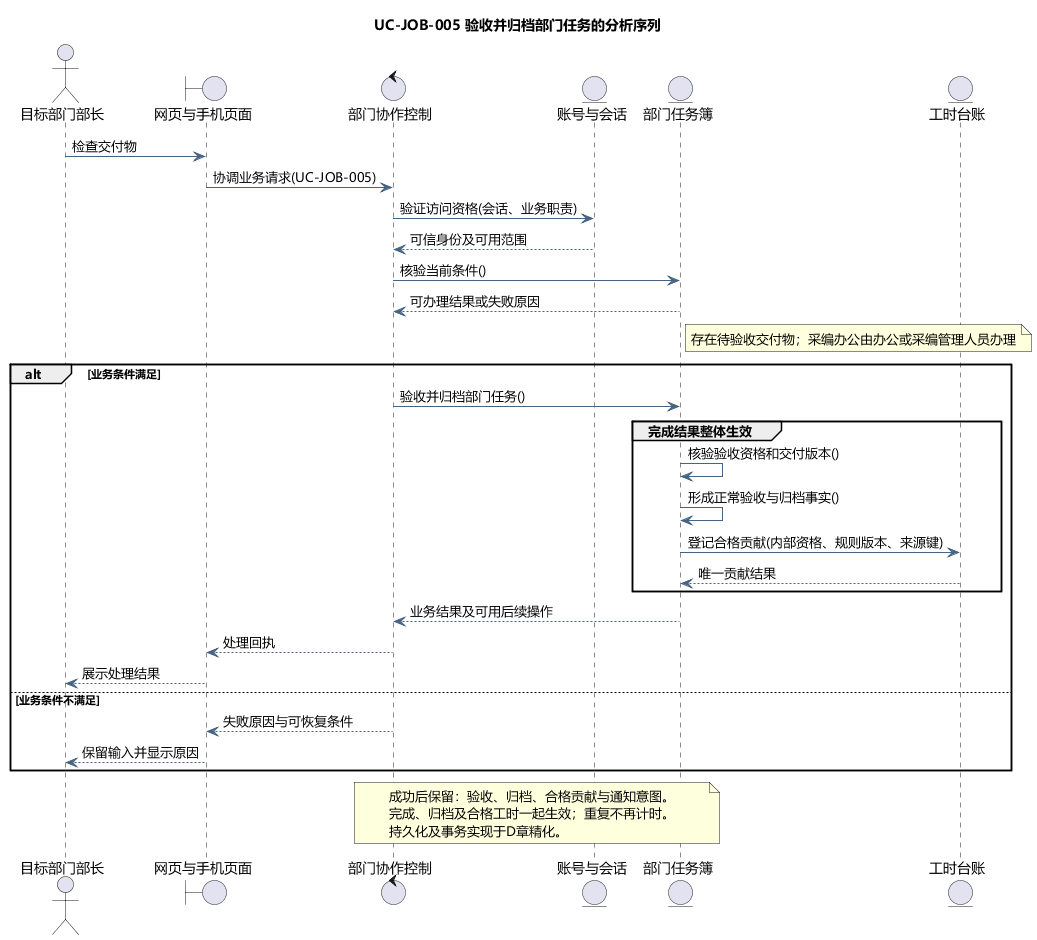
The PlantUML diagram docs/diagrams/analysis/seq-uc-job-005.png in tccc1csu/miniprogram-csu, before a commit.
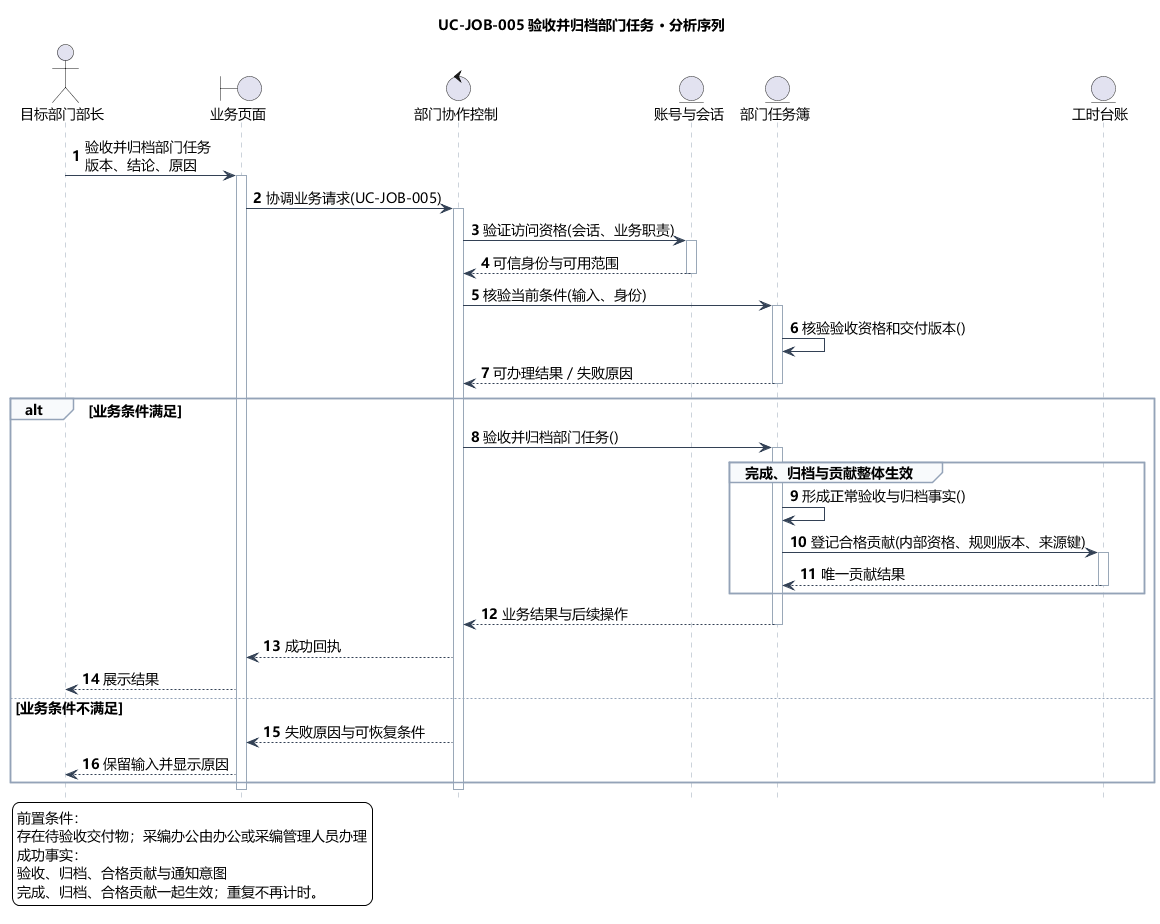
The same file after the commit.

What changed in the source:
```diff
@@ -5,41 +5,61 @@
 skinparam ArrowColor #466482
 skinparam classAttributeIconSize 0
 hide empty members
-title UC-JOB-005 验收并归档部门任务的分析序列
+skinparam defaultFontSize 14
+skinparam sequenceLifeLineBorderColor #9AA8B8
+skinparam sequenceArrowColor #334155
+skinparam sequenceGroupBorderColor #94A3B8
+skinparam sequenceGroupBackgroundColor #F8FAFC
+skinparam sequenceParticipantPadding 18
+skinparam maxMessageSize 240
+hide footbox
+autonumber
+title UC-JOB-005 验收并归档部门任务 · 分析序列
 actor "目标部门部长" as actor
-boundary "网页与手机页面" as page
+boundary "业务页面" as page
 control "部门协作控制" as ctl
 entity "账号与会话" as identity
 entity "部门任务簿" as model
 entity "工时台账" as ledger
-actor -> page : 检查交付物
+actor -> page : 验收并归档部门任务\n版本、结论、原因
+activate page
 page -> ctl : 协调业务请求(UC-JOB-005)
+activate ctl
 ctl -> identity : 验证访问资格(会话、业务职责)
-identity --> ctl : 可信身份及可用范围
-ctl -> model : 核验当前条件()
-model --> ctl : 可办理结果或失败原因
-note right of model
-存在待验收交付物；采编办公由办公或采编管理人员办理
-end note
+activate identity
+identity --> ctl : 可信身份与可用范围
+deactivate identity
+ctl -> model : 核验当前条件(输入、身份)
+activate model
+model -> model : 核验验收资格和交付版本()
+model --> ctl : 可办理结果／失败原因
+deactivate model
 alt 业务条件满足
 ctl -> model : 验收并归档部门任务()
-group 完成结果整体生效
-model -> model : 核验验收资格和交付版本()
+activate model
+group 完成、归档与贡献整体生效
 model -> model : 形成正常验收与归档事实()
 model -> ledger : 登记合格贡献(内部资格、规则版本、来源键)
+activate ledger
 ledger --> model : 唯一贡献结果
+deactivate ledger
 end
-model --> ctl : 业务结果及可用后续操作
-ctl --> page : 处理回执
-page --> actor : 展示处理结果
+model --> ctl : 业务结果与后续操作
+deactivate model
+ctl --> page : 成功回执
+page --> actor : 展示结果
 else 业务条件不满足
 ctl --> page : 失败原因与可恢复条件
 page --> actor : 保留输入并显示原因
 end
-note over ctl,model
-成功后保留：验收、归档、合格贡献与通知意图。
-完成、归档及合格工时一起生效；重复不再计时。
-持久化及事务实现于D章精化。
-end note
+deactivate ctl
+deactivate page
+legend bottom left
+前置条件：
+存在待验收交付物；采编办公由办公或采编管理人员办理
+成功事实：
+验收、归档、合格贡献与通知意图
+完成、归档、合格贡献一起生效；重复不再计时。
+endlegend
 
 @enduml
```
